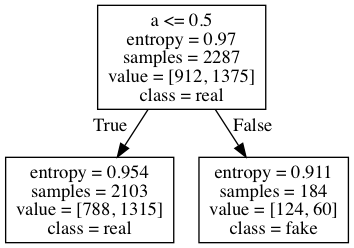
derekli19951103/MLa3 keeps this Graphviz diagram as tree1.png. Above is the earlier version. Its source is kept beside it as tree1.dot.
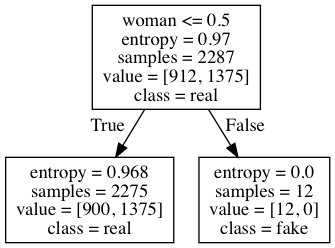
The same file after the commit.

What changed in the source:
```diff
@@ -1,8 +1,8 @@
 digraph Tree {
 node [shape=box] ;
-0 [label="a <= 0.5\nentropy = 0.97\nsamples = 2287\nvalue = [912, 1375]\nclass = real"] ;
-1 [label="entropy = 0.954\nsamples = 2103\nvalue = [788, 1315]\nclass = real"] ;
+0 [label="woman <= 0.5\nentropy = 0.97\nsamples = 2287\nvalue = [912, 1375]\nclass = real"] ;
+1 [label="entropy = 0.968\nsamples = 2275\nvalue = [900, 1375]\nclass = real"] ;
 0 -> 1 [labeldistance=2.5, labelangle=45, headlabel="True"] ;
-2 [label="entropy = 0.911\nsamples = 184\nvalue = [124, 60]\nclass = fake"] ;
+2 [label="entropy = 0.0\nsamples = 12\nvalue = [12, 0]\nclass = fake"] ;
 0 -> 2 [labeldistance=2.5, labelangle=-45, headlabel="False"] ;
 }
```
